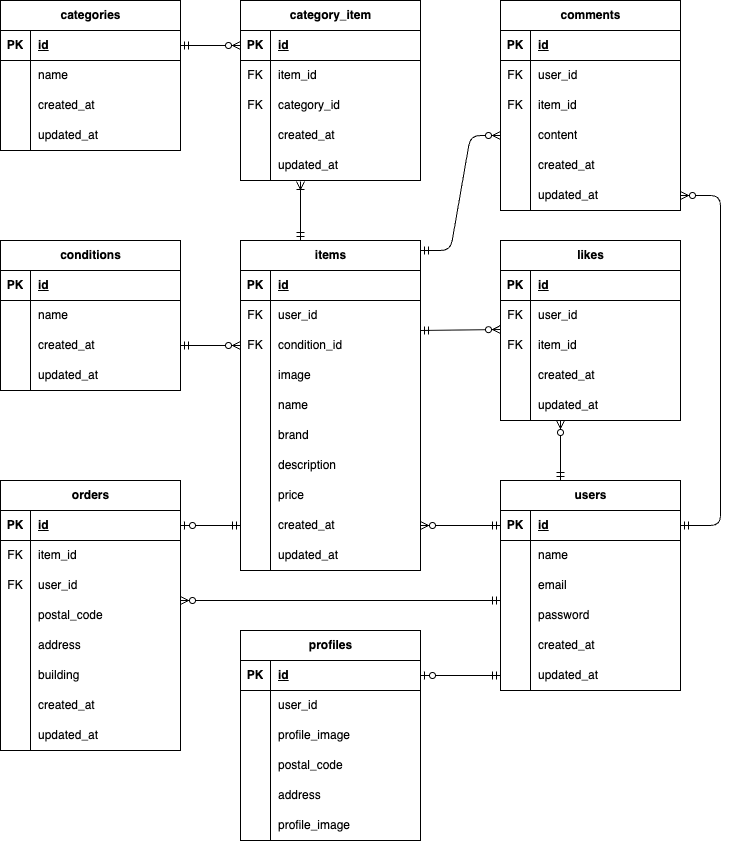
YumiOotake/coachtech-flea-market-test keeps this draw.io diagram as docs/er.drawio.png. Above is the earlier version. Source tidied: cells renumbered, new cells last; positions are measured from the earlier drawing's top-left corner, leaving out a move shared by most shapes.
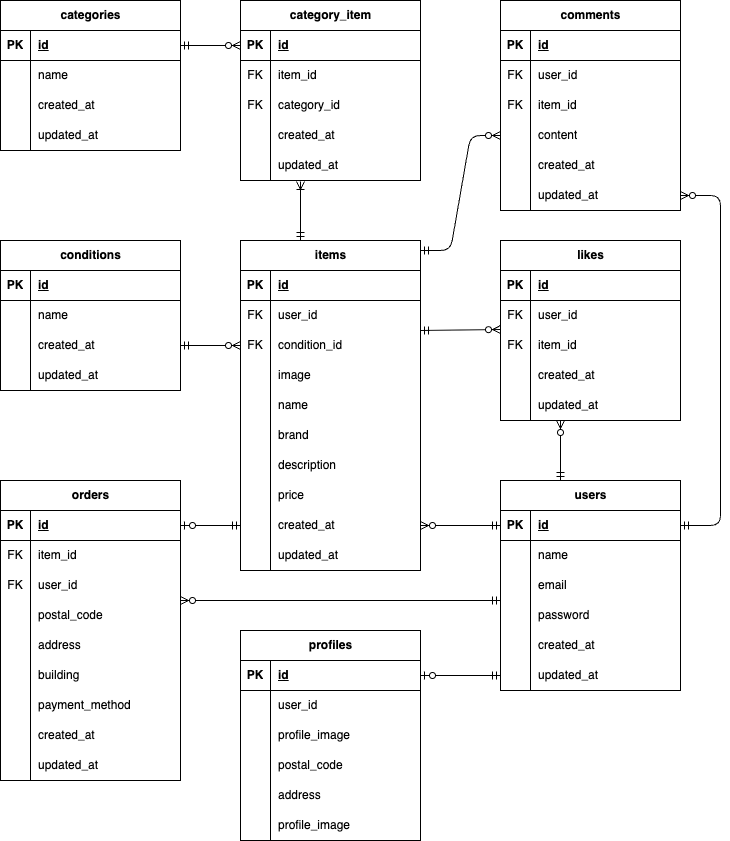
The same diagram one commit later.

Change to the diagram source:
```diff
@@ -336,7 +336,7 @@
       <mxGeometry x="30" width="150" height="30" as="geometry" />
     </mxCell>
     <mxCell id="113" value="orders" style="shape=table;startSize=30;rowLines=0;fontStyle=1;align=center;html=1;" parent="1" vertex="1">
-      <mxGeometry y="480" width="180" height="270" as="geometry" />
+      <mxGeometry y="480" width="180" height="300" as="geometry" />
     </mxCell>
     <mxCell id="114" style="shape=tableRow;horizontal=0;startSize=0;swimlaneHead=0;swimlaneBody=0;fillColor=none;points=[[0,0.5],[1,0.5]];portConstraint=eastwest;top=0;left=0;right=0;bottom=1;" parent="113" vertex="1">
       <mxGeometry y="30" width="180" height="30" as="geometry" />
@@ -392,8 +392,17 @@
     <mxCell id="131" value="building" style="shape=partialRectangle;fillColor=none;top=0;left=0;bottom=0;right=0;align=left;spacingLeft=6;overflow=hidden;whiteSpace=wrap;html=1;" parent="129" vertex="1">
       <mxGeometry x="30" width="150" height="30" as="geometry" />
     </mxCell>
+    <mxCell id="184" style="shape=tableRow;horizontal=0;startSize=0;swimlaneHead=0;swimlaneBody=0;fillColor=none;top=0;left=0;right=0;bottom=0;" parent="113" vertex="1">
+      <mxGeometry y="210" width="180" height="30" as="geometry" />
+    </mxCell>
+    <mxCell id="185" style="shape=partialRectangle;fillColor=none;top=0;left=0;bottom=0;right=0;overflow=hidden;whiteSpace=wrap;html=1;" parent="184" vertex="1">
+      <mxGeometry width="30" height="30" as="geometry" />
+    </mxCell>
+    <mxCell id="186" value="payment_method" style="shape=partialRectangle;fillColor=none;top=0;left=0;bottom=0;right=0;align=left;spacingLeft=6;overflow=hidden;whiteSpace=wrap;html=1;" parent="184" vertex="1">
+      <mxGeometry x="30" width="150" height="30" as="geometry" />
+    </mxCell>
     <mxCell id="132" style="shape=tableRow;horizontal=0;startSize=0;swimlaneHead=0;swimlaneBody=0;fillColor=none;top=0;left=0;right=0;bottom=0;" parent="113" vertex="1">
-      <mxGeometry y="210" width="180" height="30" as="geometry" />
+      <mxGeometry y="240" width="180" height="30" as="geometry" />
     </mxCell>
     <mxCell id="133" style="shape=partialRectangle;fillColor=none;top=0;left=0;bottom=0;right=0;overflow=hidden;whiteSpace=wrap;html=1;" parent="132" vertex="1">
       <mxGeometry width="30" height="30" as="geometry" />
@@ -402,7 +411,7 @@
       <mxGeometry x="30" width="150" height="30" as="geometry" />
     </mxCell>
     <mxCell id="135" style="shape=tableRow;horizontal=0;startSize=0;swimlaneHead=0;swimlaneBody=0;fillColor=none;top=0;left=0;right=0;bottom=0;" parent="113" vertex="1">
-      <mxGeometry y="240" width="180" height="30" as="geometry" />
+      <mxGeometry y="270" width="180" height="30" as="geometry" />
     </mxCell>
     <mxCell id="136" style="shape=partialRectangle;fillColor=none;top=0;left=0;bottom=0;right=0;overflow=hidden;whiteSpace=wrap;html=1;" parent="135" vertex="1">
       <mxGeometry width="30" height="30" as="geometry" />
```
